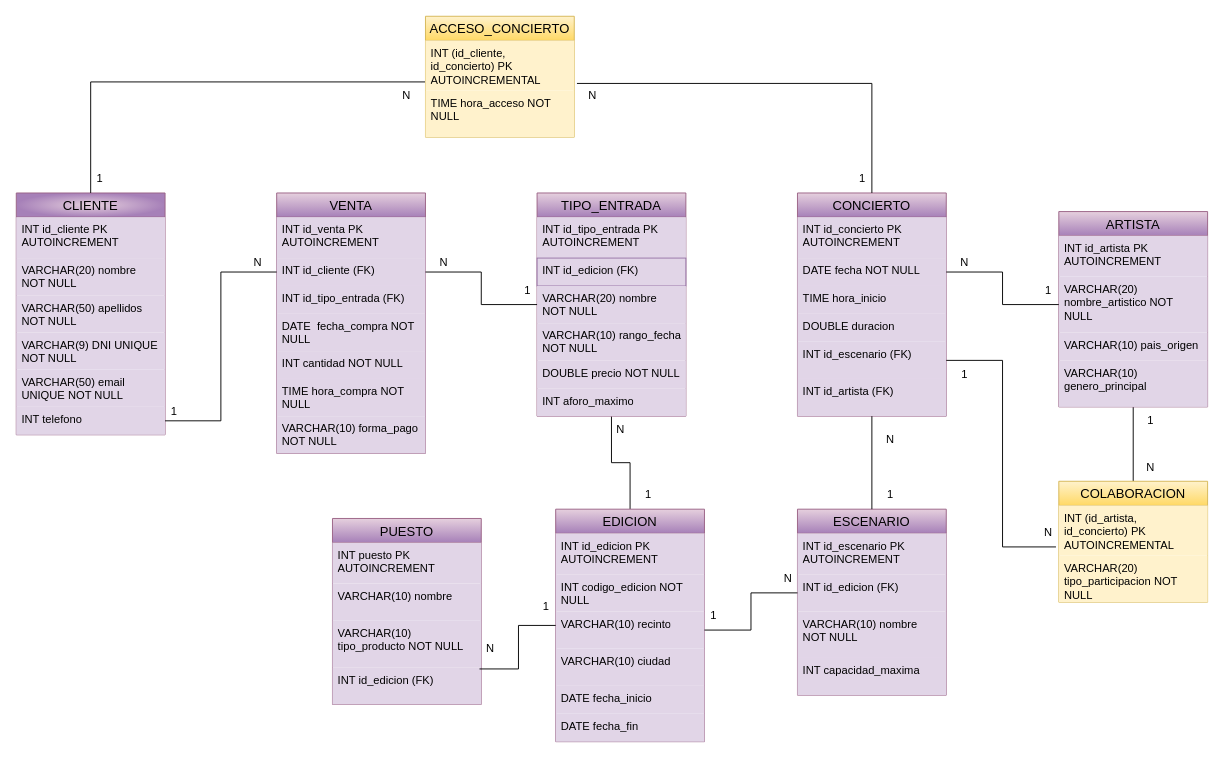
Above: RockFestLR.drawio in Milikituki/PracticasBBDD (draw.io), before the change. Source tidied: cells renumbered, new cells numbered last; positions are measured from the earlier drawing's top-left corner, leaving out a move shared by most shapes. Both pictures are drawn from the tidied source at 93%, with x=0, y=0 at pixel (16, 16).
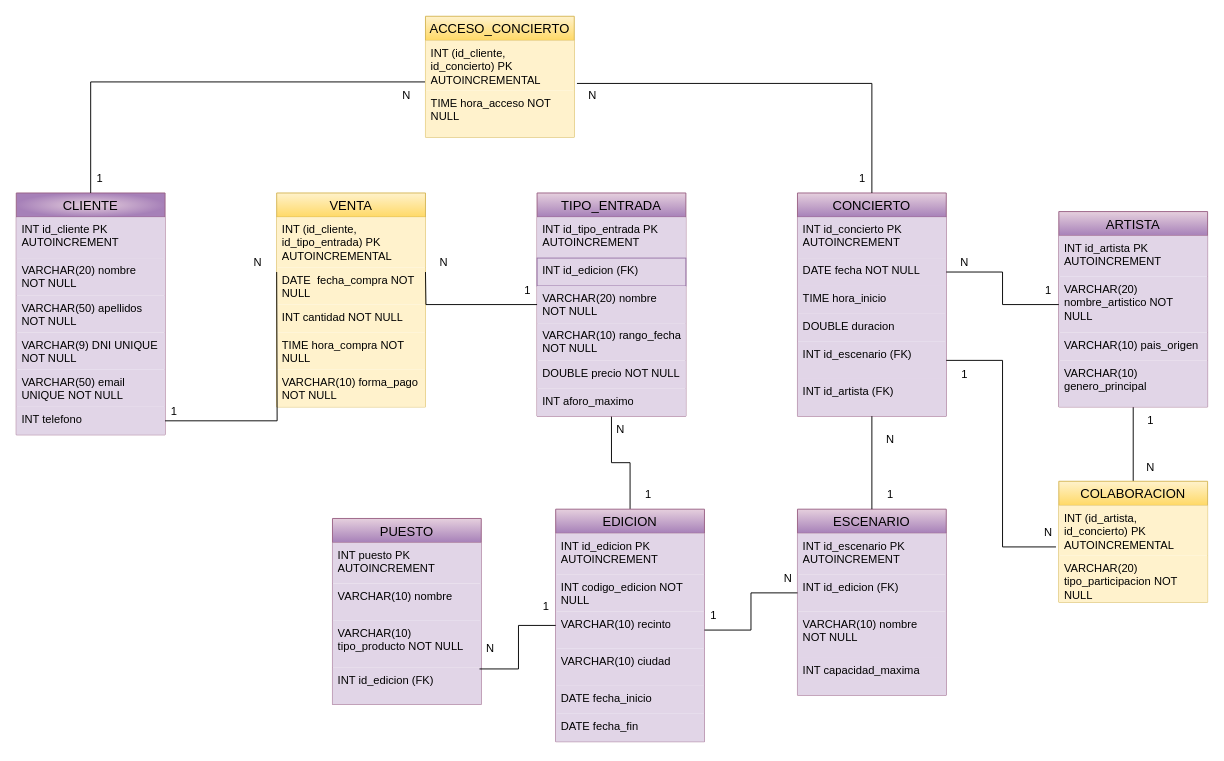
The same page after the edit.

The change refers to these unchanged cells:
```xml
<mxCell id="8" value="INT telefono" style="text;strokeColor=none;fillColor=#e1d5e7;spacingLeft=4;spacingRight=4;overflow=hidden;points=[[0,0.5],[1,0.5]];portConstraint=eastwest;fontSize=12;whiteSpace=wrap;html=1;" parent="2" vertex="1">
  <mxGeometry y="230" width="160" height="30" as="geometry" />
</mxCell>
<mxCell id="21" value="VARCHAR(20) nombre NOT NULL" style="text;strokeColor=none;fillColor=#e1d5e7;spacingLeft=4;spacingRight=4;overflow=hidden;points=[[0,0.5],[1,0.5]];portConstraint=eastwest;fontSize=12;whiteSpace=wrap;html=1;" parent="18" vertex="1">
  <mxGeometry y="100" width="160" height="40" as="geometry" />
</mxCell>
```

The edit, as a diff of the source:
```diff
@@
-    <mxCell id="9" value="VENTA" style="swimlane;fontStyle=0;horizontal=1;startSize=26;align=center;fontSize=14;fillColor=#e6d0de;strokeColor=#996185;gradientColor=#A680B8;" parent="1" vertex="1">
-      <mxGeometry x="280" y="190" width="160" height="280" as="geometry" />
+    <mxCell id="9" value="VENTA" style="swimlane;fontStyle=0;horizontal=1;startSize=26;align=center;fontSize=14;fillColor=#fff2cc;strokeColor=#d6b656;gradientColor=#ffd966;" parent="1" vertex="1">
+      <mxGeometry x="280" y="190" width="160" height="230" as="geometry" />
     </mxCell>
-    <mxCell id="10" value="INT id_venta PK AUTOINCREMENT" style="text;strokeColor=none;fillColor=#e1d5e7;spacingLeft=4;spacingRight=4;overflow=hidden;fontSize=12;whiteSpace=wrap;html=1;" parent="9" vertex="1">
-      <mxGeometry y="26" width="160" height="44" as="geometry" />
+    <mxCell id="10" value="INT (id_cliente, id_tipo_entrada) PK AUTOINCREMENTAL" style="text;strokeColor=none;fillColor=#fff2cc;spacingLeft=4;spacingRight=4;overflow=hidden;fontSize=12;whiteSpace=wrap;html=1;" parent="9" vertex="1">
+      <mxGeometry y="26" width="160" height="54" as="geometry" />
     </mxCell>
-    <mxCell id="11" value="INT id_cliente (FK)" style="text;strokeColor=none;fillColor=#e1d5e7;spacingLeft=4;spacingRight=4;overflow=hidden;points=[[0,0.5],[1,0.5]];portConstraint=eastwest;fontSize=12;whiteSpace=wrap;html=1;" parent="9" vertex="1">
-      <mxGeometry y="70" width="160" height="30" as="geometry" />
-    </mxCell>
-    <mxCell id="12" value="INT id_tipo_entrada (FK)" style="text;strokeColor=none;fillColor=#e1d5e7;spacingLeft=4;spacingRight=4;overflow=hidden;fontSize=12;whiteSpace=wrap;html=1;" parent="9" vertex="1">
-      <mxGeometry y="100" width="160" height="30" as="geometry" />
-    </mxCell>
-    <mxCell id="13" value="DATE&amp;nbsp; fecha_compra NOT NULL" style="text;strokeColor=none;fillColor=#e1d5e7;spacingLeft=4;spacingRight=4;overflow=hidden;fontSize=12;whiteSpace=wrap;html=1;" parent="9" vertex="1">
-      <mxGeometry y="130" width="160" height="40" as="geometry" />
+    <mxCell id="13" value="DATE&amp;nbsp; fecha_compra NOT NULL" style="text;strokeColor=none;fillColor=#fff2cc;spacingLeft=4;spacingRight=4;overflow=hidden;fontSize=12;whiteSpace=wrap;html=1;" parent="9" vertex="1">
+      <mxGeometry y="80" width="160" height="40" as="geometry" />
     </mxCell>
-    <mxCell id="14" value="INT cantidad NOT NULL" style="text;strokeColor=none;fillColor=#e1d5e7;spacingLeft=4;spacingRight=4;overflow=hidden;fontSize=12;whiteSpace=wrap;html=1;" parent="9" vertex="1">
-      <mxGeometry y="170" width="160" height="30" as="geometry" />
+    <mxCell id="14" value="INT cantidad NOT NULL" style="text;strokeColor=none;fillColor=#fff2cc;spacingLeft=4;spacingRight=4;overflow=hidden;fontSize=12;whiteSpace=wrap;html=1;" parent="9" vertex="1">
+      <mxGeometry y="120" width="160" height="30" as="geometry" />
     </mxCell>
-    <mxCell id="15" value="TIME hora_compra NOT NULL" style="text;strokeColor=none;fillColor=#e1d5e7;spacingLeft=4;spacingRight=4;overflow=hidden;fontSize=12;whiteSpace=wrap;html=1;" parent="9" vertex="1">
-      <mxGeometry y="200" width="160" height="40" as="geometry" />
+    <mxCell id="15" value="TIME hora_compra NOT NULL" style="text;strokeColor=none;fillColor=#fff2cc;spacingLeft=4;spacingRight=4;overflow=hidden;fontSize=12;whiteSpace=wrap;html=1;" parent="9" vertex="1">
+      <mxGeometry y="150" width="160" height="40" as="geometry" />
     </mxCell>
-    <mxCell id="16" value="VARCHAR(10) forma_pago NOT NULL" style="text;strokeColor=none;fillColor=#e1d5e7;spacingLeft=4;spacingRight=4;overflow=hidden;fontSize=12;whiteSpace=wrap;html=1;" parent="9" vertex="1">
-      <mxGeometry y="240" width="160" height="40" as="geometry" />
+    <mxCell id="16" value="VARCHAR(10) forma_pago NOT NULL" style="text;strokeColor=none;fillColor=#fff2cc;spacingLeft=4;spacingRight=4;overflow=hidden;fontSize=12;whiteSpace=wrap;html=1;" parent="9" vertex="1">
+      <mxGeometry y="190" width="160" height="40" as="geometry" />
     </mxCell>
@@
-    <mxCell id="32" style="edgeStyle=orthogonalEdgeStyle;rounded=0;jettySize=auto;html=1;entryX=0;entryY=0.5;entryDx=0;entryDy=0;strokeColor=default;align=center;verticalAlign=middle;fontFamily=Helvetica;fontSize=11;fontColor=default;labelBackgroundColor=default;endArrow=none;endFill=0;" parent="1" edge="1" source="8" target="11">
-      <mxGeometry relative="1" as="geometry" />
+    <mxCell id="32" style="edgeStyle=orthogonalEdgeStyle;rounded=0;jettySize=auto;html=1;entryX=0;entryY=0.5;entryDx=0;entryDy=0;strokeColor=default;align=center;verticalAlign=middle;fontFamily=Helvetica;fontSize=11;fontColor=default;labelBackgroundColor=default;endArrow=none;endFill=0;" parent="1" edge="1" source="8">
+      <mxGeometry relative="1" as="geometry">
+        <mxPoint x="280" y="275" as="targetPoint" />
+      </mxGeometry>
     </mxCell>
@@
-    <mxCell id="35" style="edgeStyle=orthogonalEdgeStyle;rounded=0;jettySize=auto;html=1;entryX=0;entryY=0.5;entryDx=0;entryDy=0;strokeColor=default;align=center;verticalAlign=middle;fontFamily=Helvetica;fontSize=11;fontColor=default;labelBackgroundColor=default;endArrow=none;endFill=0;" parent="1" edge="1" source="11" target="21">
-      <mxGeometry relative="1" as="geometry" />
+    <mxCell id="35" style="edgeStyle=orthogonalEdgeStyle;rounded=0;jettySize=auto;html=1;entryX=0;entryY=0.5;entryDx=0;entryDy=0;strokeColor=default;align=center;verticalAlign=middle;fontFamily=Helvetica;fontSize=11;fontColor=default;labelBackgroundColor=default;endArrow=none;endFill=0;" parent="1" edge="1" target="21">
+      <mxGeometry relative="1" as="geometry">
+        <mxPoint x="440" y="275" as="sourcePoint" />
+      </mxGeometry>
     </mxCell>
```
